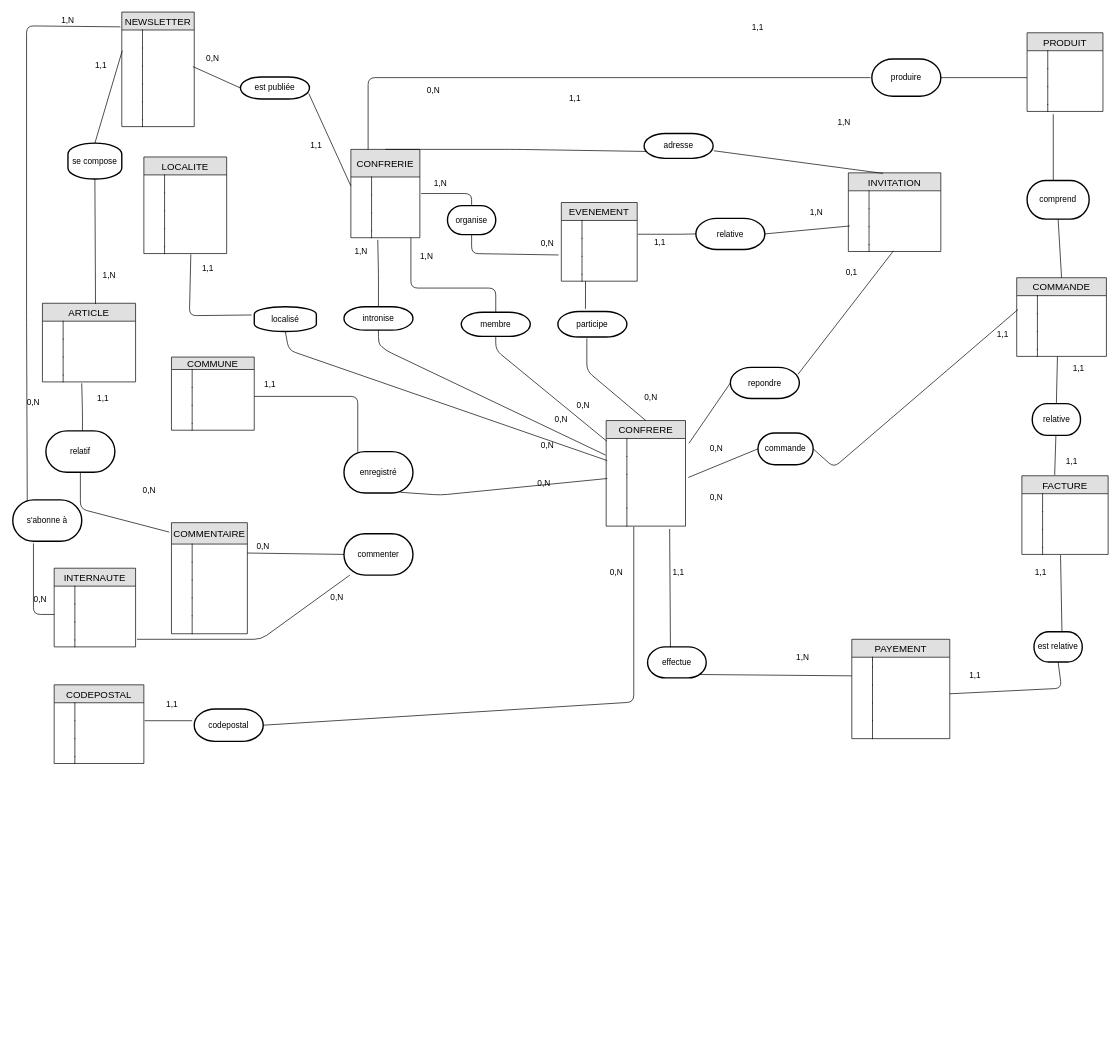
Earlier version of the draw.io diagram Untitled Diagram2.drawio (harelimana/saintvincent). Source tidied: cells renumbered, new cells numbered last; positions are measured from the earlier drawing's top-left corner, leaving out a move shared by most shapes. Both pictures are drawn from the tidied source at 69%, with x=0, y=0 at pixel (12, 12).
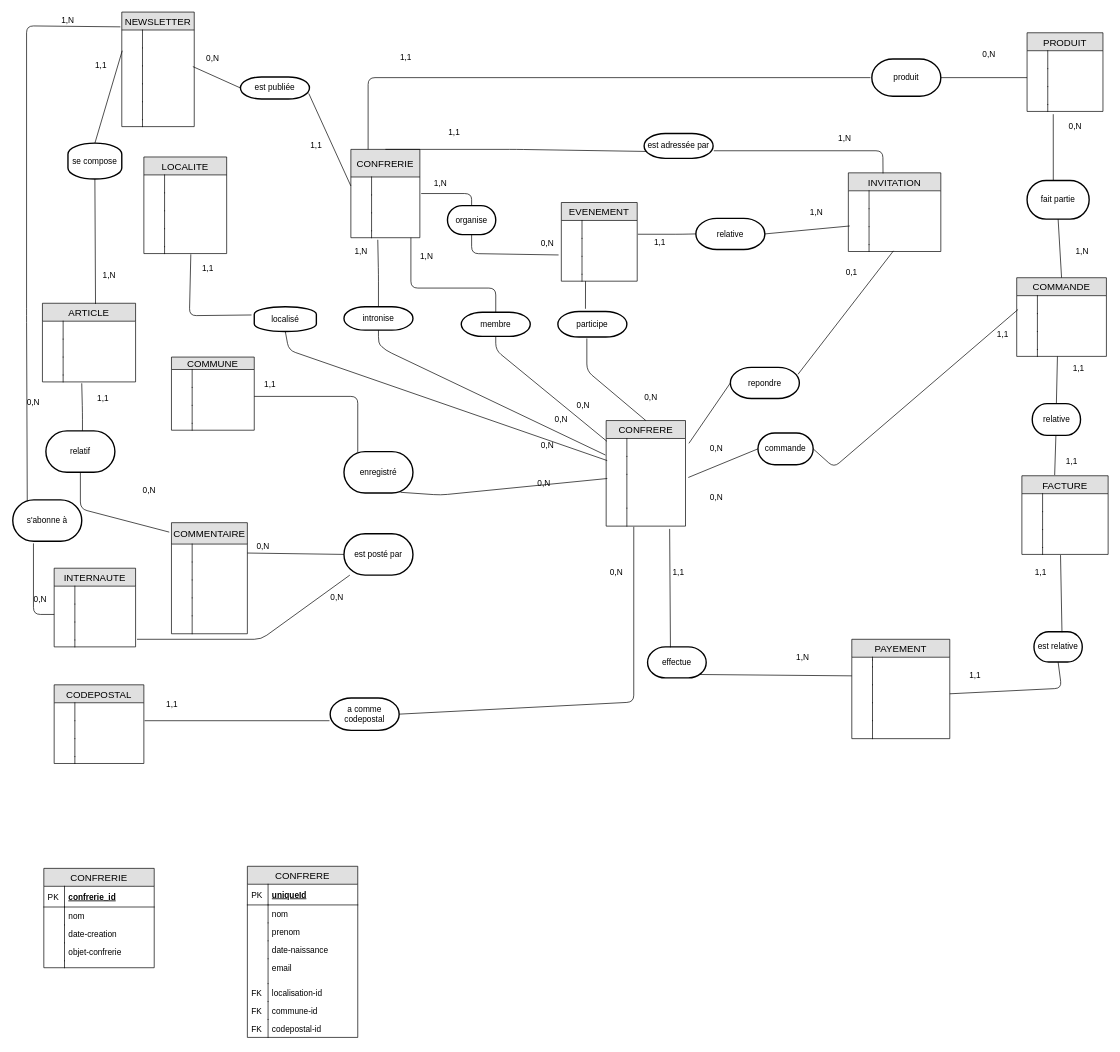
The same diagram, later.

Unchanged cells that the change refers to:
```xml
<mxCell id="44" style="shape=partialRectangle;top=0;left=0;right=0;bottom=0;align=left;verticalAlign=top;fillColor=none;spacingLeft=34;spacingRight=4;overflow=hidden;points=[[0,0.5],[1,0.5]];portConstraint=eastwest;fontSize=12;" parent="41" vertex="1">
  <mxGeometry y="52" width="130" height="26" as="geometry" />
</mxCell>
<mxCell id="66" value="INVITATION" style="swimlane;fontStyle=0;horizontal=1;startSize=26;fillColor=#e0e0e0;swimlaneFillColor=#ffffff;align=center;fontSize=14;" parent="1" vertex="1">
  <mxGeometry x="1211" y="233" width="134" height="114" as="geometry" />
</mxCell>
```

What changed in the source:
```diff
@@
-    <mxCell id="51" value="commenter" style="strokeWidth=2;html=1;shape=mxgraph.flowchart.terminator;whiteSpace=wrap;" parent="1" vertex="1">
+    <mxCell id="51" value="est posté par" style="strokeWidth=2;html=1;shape=mxgraph.flowchart.terminator;whiteSpace=wrap;" parent="1" vertex="1">
       <mxGeometry x="480" y="756" width="100" height="60" as="geometry" />
     </mxCell>
@@
-    <mxCell id="65" value="produire" style="strokeWidth=2;html=1;shape=mxgraph.flowchart.terminator;whiteSpace=wrap;" parent="1" vertex="1">
+    <mxCell id="65" value="produit" style="strokeWidth=2;html=1;shape=mxgraph.flowchart.terminator;whiteSpace=wrap;" parent="1" vertex="1">
       <mxGeometry x="1245" y="68" width="100" height="54" as="geometry" />
     </mxCell>
@@
-    <mxCell id="85" value="adresse" style="strokeWidth=2;html=1;shape=mxgraph.flowchart.terminator;whiteSpace=wrap;" parent="1" vertex="1">
+    <mxCell id="85" value="est adressée par" style="strokeWidth=2;html=1;shape=mxgraph.flowchart.terminator;whiteSpace=wrap;" parent="1" vertex="1">
       <mxGeometry x="915" y="176" width="100" height="36" as="geometry" />
     </mxCell>
@@
-    <mxCell id="96" value="comprend" style="strokeWidth=2;html=1;shape=mxgraph.flowchart.terminator;whiteSpace=wrap;" parent="1" vertex="1">
+    <mxCell id="96" value="fait partie" style="strokeWidth=2;html=1;shape=mxgraph.flowchart.terminator;whiteSpace=wrap;" parent="1" vertex="1">
       <mxGeometry x="1470" y="244" width="90" height="56" as="geometry" />
     </mxCell>
@@
-    <mxCell id="133" value="codepostal" style="strokeWidth=2;html=1;shape=mxgraph.flowchart.terminator;whiteSpace=wrap;" parent="1" vertex="1">
-      <mxGeometry x="263" y="1010" width="100" height="47" as="geometry" />
+    <mxCell id="133" value="a comme codepostal" style="strokeWidth=2;html=1;shape=mxgraph.flowchart.terminator;whiteSpace=wrap;" parent="1" vertex="1">
+      <mxGeometry x="460" y="994" width="100" height="47" as="geometry" />
     </mxCell>
@@
     <mxCell id="183" value="0,N" style="text;html=1;strokeColor=none;fillColor=none;align=center;verticalAlign=middle;whiteSpace=wrap;rounded=0;" parent="1" vertex="1">
-      <mxGeometry x="590" y="104" width="40" height="20" as="geometry" />
+      <mxGeometry x="1395" y="52" width="40" height="20" as="geometry" />
     </mxCell>
@@
     <mxCell id="204" style="endArrow=none;html=1;entryX=1.008;entryY=0;entryDx=0;entryDy=0;entryPerimeter=0;" parent="1" edge="1" target="44">
       <mxGeometry relative="1" as="geometry">
-        <mxPoint x="260" y="1027" as="sourcePoint" />
+        <mxPoint x="459" y="1027" as="sourcePoint" />
       </mxGeometry>
     </mxCell>
@@
     <mxCell id="217" value="1,N" style="text;html=1;strokeColor=none;fillColor=none;align=center;verticalAlign=middle;whiteSpace=wrap;rounded=0;" parent="1" vertex="1">
-      <mxGeometry x="1185" y="150" width="40" height="20" as="geometry" />
+      <mxGeometry x="1186" y="174" width="40" height="20" as="geometry" />
     </mxCell>
@@
     <mxCell id="224" style="endArrow=none;html=1;entryX=1.01;entryY=0.694;entryDx=0;entryDy=0;entryPerimeter=0;exitX=0.375;exitY=0.007;exitDx=0;exitDy=0;exitPerimeter=0;" parent="1" edge="1" source="66" target="85">
-      <mxGeometry relative="1" as="geometry" />
+      <mxGeometry relative="1" as="geometry">
+        <Array as="points">
+          <mxPoint x="1261" y="201" />
+        </Array>
+      </mxGeometry>
     </mxCell>
@@
     <mxCell id="226" value="1,1" style="text;html=1;strokeColor=none;fillColor=none;align=center;verticalAlign=middle;whiteSpace=wrap;rounded=0;" parent="1" vertex="1">
-      <mxGeometry x="795" y="116" width="40" height="20" as="geometry" />
+      <mxGeometry x="620" y="164" width="40" height="20" as="geometry" />
     </mxCell>
@@
     <mxCell id="228" value="1,1" style="text;html=1;strokeColor=none;fillColor=none;align=center;verticalAlign=middle;whiteSpace=wrap;rounded=0;" parent="1" vertex="1">
-      <mxGeometry x="1060" y="13" width="40" height="20" as="geometry" />
+      <mxGeometry x="550" y="56" width="40" height="20" as="geometry" />
     </mxCell>
@@
+    <mxCell id="252" value="0,N" style="text;html=1;strokeColor=none;fillColor=none;align=center;verticalAlign=middle;whiteSpace=wrap;rounded=0;" parent="1" vertex="1">
+      <mxGeometry x="1520" y="156" width="40" height="20" as="geometry" />
+    </mxCell>
+    <mxCell id="253" value="1,N" style="text;html=1;strokeColor=none;fillColor=none;align=center;verticalAlign=middle;whiteSpace=wrap;rounded=0;" parent="1" vertex="1">
+      <mxGeometry x="1530" y="337" width="40" height="20" as="geometry" />
+    </mxCell>
+    <mxCell id="254" value="CONFRERIE" style="swimlane;fontStyle=0;horizontal=1;startSize=26;fillColor=#e0e0e0;swimlaneFillColor=#ffffff;align=center;fontSize=14;" parent="1" vertex="1">
+      <mxGeometry x="45" y="1241" width="160" height="144" as="geometry" />
+    </mxCell>
+    <mxCell id="255" value="confrerie_id" style="shape=partialRectangle;top=0;left=0;right=0;bottom=1;align=left;verticalAlign=middle;fillColor=none;spacingLeft=34;spacingRight=4;overflow=hidden;fontStyle=5;fontSize=12;" parent="254" vertex="1">
+      <mxGeometry y="26" width="160" height="30" as="geometry" />
+    </mxCell>
+    <mxCell id="256" value="PK" style="shape=partialRectangle;top=0;left=0;bottom=0;fillColor=none;align=left;verticalAlign=middle;spacingLeft=4;spacingRight=4;overflow=hidden;fontSize=12;" parent="255" vertex="1">
+      <mxGeometry width="30" height="30" as="geometry" />
+    </mxCell>
+    <mxCell id="257" value="nom" style="shape=partialRectangle;top=0;left=0;right=0;bottom=0;align=left;verticalAlign=top;fillColor=none;spacingLeft=34;spacingRight=4;overflow=hidden;fontSize=12;" parent="254" vertex="1">
+      <mxGeometry y="56" width="160" height="26" as="geometry" />
+    </mxCell>
+    <mxCell id="258" style="shape=partialRectangle;top=0;left=0;bottom=0;fillColor=none;align=left;verticalAlign=top;spacingLeft=4;spacingRight=4;overflow=hidden;fontSize=12;" parent="257" vertex="1">
+      <mxGeometry width="30" height="26" as="geometry" />
+    </mxCell>
+    <mxCell id="259" value="date-creation" style="shape=partialRectangle;top=0;left=0;right=0;bottom=0;align=left;verticalAlign=top;fillColor=none;spacingLeft=34;spacingRight=4;overflow=hidden;fontSize=12;" parent="254" vertex="1">
+      <mxGeometry y="82" width="160" height="26" as="geometry" />
+    </mxCell>
+    <mxCell id="260" style="shape=partialRectangle;top=0;left=0;bottom=0;fillColor=none;align=left;verticalAlign=top;spacingLeft=4;spacingRight=4;overflow=hidden;fontSize=12;" parent="259" vertex="1">
+      <mxGeometry width="30" height="26" as="geometry" />
+    </mxCell>
+    <mxCell id="261" value="objet-confrerie" style="shape=partialRectangle;top=0;left=0;right=0;bottom=0;align=left;verticalAlign=top;fillColor=none;spacingLeft=34;spacingRight=4;overflow=hidden;fontSize=12;" parent="254" vertex="1">
+      <mxGeometry y="108" width="160" height="26" as="geometry" />
+    </mxCell>
+    <mxCell id="262" style="shape=partialRectangle;top=0;left=0;bottom=0;fillColor=none;align=left;verticalAlign=top;spacingLeft=4;spacingRight=4;overflow=hidden;fontSize=12;" parent="261" vertex="1">
+      <mxGeometry width="30" height="26" as="geometry" />
+    </mxCell>
+    <mxCell id="263" style="shape=partialRectangle;top=0;left=0;right=0;bottom=0;align=left;verticalAlign=top;fillColor=none;spacingLeft=34;spacingRight=4;overflow=hidden;fontSize=12;" parent="254" vertex="1">
+      <mxGeometry y="134" width="160" height="10" as="geometry" />
+    </mxCell>
+    <mxCell id="264" style="shape=partialRectangle;top=0;left=0;bottom=0;fillColor=none;align=left;verticalAlign=top;spacingLeft=4;spacingRight=4;overflow=hidden;fontSize=12;" parent="263" vertex="1">
+      <mxGeometry width="30" height="10" as="geometry" />
+    </mxCell>
+    <mxCell id="265" value="CONFRERE" style="swimlane;fontStyle=0;horizontal=1;startSize=26;fillColor=#e0e0e0;swimlaneFillColor=#ffffff;align=center;fontSize=14;" parent="1" vertex="1">
+      <mxGeometry x="340" y="1238" width="160" height="248" as="geometry" />
+    </mxCell>
+    <mxCell id="266" value="uniqueId" style="shape=partialRectangle;top=0;left=0;right=0;bottom=1;align=left;verticalAlign=middle;fillColor=none;spacingLeft=34;spacingRight=4;overflow=hidden;fontStyle=5;fontSize=12;" parent="265" vertex="1">
+      <mxGeometry y="26" width="160" height="30" as="geometry" />
+    </mxCell>
+    <mxCell id="267" value="PK" style="shape=partialRectangle;top=0;left=0;bottom=0;fillColor=none;align=left;verticalAlign=middle;spacingLeft=4;spacingRight=4;overflow=hidden;fontSize=12;" parent="266" vertex="1">
+      <mxGeometry width="30" height="30" as="geometry" />
+    </mxCell>
+    <mxCell id="268" value="nom" style="shape=partialRectangle;top=0;left=0;right=0;bottom=0;align=left;verticalAlign=top;fillColor=none;spacingLeft=34;spacingRight=4;overflow=hidden;fontSize=12;" parent="265" vertex="1">
+      <mxGeometry y="56" width="160" height="26" as="geometry" />
+    </mxCell>
+    <mxCell id="269" style="shape=partialRectangle;top=0;left=0;bottom=0;fillColor=none;align=left;verticalAlign=top;spacingLeft=4;spacingRight=4;overflow=hidden;fontSize=12;" parent="268" vertex="1">
+      <mxGeometry width="30" height="26" as="geometry" />
+    </mxCell>
+    <mxCell id="270" value="prenom" style="shape=partialRectangle;top=0;left=0;right=0;bottom=0;align=left;verticalAlign=top;fillColor=none;spacingLeft=34;spacingRight=4;overflow=hidden;fontSize=12;" parent="265" vertex="1">
+      <mxGeometry y="82" width="160" height="26" as="geometry" />
+    </mxCell>
+    <mxCell id="271" style="shape=partialRectangle;top=0;left=0;bottom=0;fillColor=none;align=left;verticalAlign=top;spacingLeft=4;spacingRight=4;overflow=hidden;fontSize=12;" parent="270" vertex="1">
+      <mxGeometry width="30" height="26" as="geometry" />
+    </mxCell>
+    <mxCell id="272" value="date-naissance" style="shape=partialRectangle;top=0;left=0;right=0;bottom=0;align=left;verticalAlign=top;fillColor=none;spacingLeft=34;spacingRight=4;overflow=hidden;fontSize=12;" parent="265" vertex="1">
+      <mxGeometry y="108" width="160" height="26" as="geometry" />
+    </mxCell>
+    <mxCell id="273" style="shape=partialRectangle;top=0;left=0;bottom=0;fillColor=none;align=left;verticalAlign=top;spacingLeft=4;spacingRight=4;overflow=hidden;fontSize=12;" parent="272" vertex="1">
+      <mxGeometry width="30" height="26" as="geometry" />
+    </mxCell>
+    <mxCell id="274" style="shape=partialRectangle;top=0;left=0;right=0;bottom=0;align=left;verticalAlign=top;fillColor=none;spacingLeft=34;spacingRight=4;overflow=hidden;fontSize=12;" parent="265" vertex="1">
+      <mxGeometry y="134" width="160" height="36" as="geometry" />
+    </mxCell>
+    <mxCell id="275" style="shape=partialRectangle;top=0;left=0;bottom=0;fillColor=none;align=left;verticalAlign=top;spacingLeft=4;spacingRight=4;overflow=hidden;fontSize=12;" parent="274" vertex="1">
+      <mxGeometry width="30" height="36" as="geometry" />
+    </mxCell>
+    <mxCell id="276" value="localisation-id" style="shape=partialRectangle;top=0;left=0;right=0;bottom=0;align=left;verticalAlign=top;fillColor=none;spacingLeft=34;spacingRight=4;overflow=hidden;fontSize=12;" parent="265" vertex="1">
+      <mxGeometry y="170" width="160" height="26" as="geometry" />
+    </mxCell>
+    <mxCell id="277" value="FK" style="shape=partialRectangle;top=0;left=0;bottom=0;fillColor=none;align=left;verticalAlign=top;spacingLeft=4;spacingRight=4;overflow=hidden;fontSize=12;" parent="276" vertex="1">
+      <mxGeometry width="30" height="26" as="geometry" />
+    </mxCell>
+    <mxCell id="278" value="commune-id" style="shape=partialRectangle;top=0;left=0;right=0;bottom=0;align=left;verticalAlign=top;fillColor=none;spacingLeft=34;spacingRight=4;overflow=hidden;fontSize=12;" parent="265" vertex="1">
+      <mxGeometry y="196" width="160" height="26" as="geometry" />
+    </mxCell>
+    <mxCell id="279" value="FK" style="shape=partialRectangle;top=0;left=0;bottom=0;fillColor=none;align=left;verticalAlign=top;spacingLeft=4;spacingRight=4;overflow=hidden;fontSize=12;" parent="278" vertex="1">
+      <mxGeometry width="30" height="26" as="geometry" />
+    </mxCell>
+    <mxCell id="280" value="codepostal-id" style="shape=partialRectangle;top=0;left=0;right=0;bottom=0;align=left;verticalAlign=top;fillColor=none;spacingLeft=34;spacingRight=4;overflow=hidden;fontSize=12;" parent="265" vertex="1">
+      <mxGeometry y="222" width="160" height="26" as="geometry" />
+    </mxCell>
+    <mxCell id="281" value="FK" style="shape=partialRectangle;top=0;left=0;bottom=0;fillColor=none;align=left;verticalAlign=top;spacingLeft=4;spacingRight=4;overflow=hidden;fontSize=12;" parent="280" vertex="1">
+      <mxGeometry width="30" height="26" as="geometry" />
+    </mxCell>
+    <mxCell id="282" value="email" style="shape=partialRectangle;top=0;left=0;right=0;bottom=0;align=left;verticalAlign=top;fillColor=none;spacingLeft=34;spacingRight=4;overflow=hidden;fontSize=12;" parent="1" vertex="1">
+      <mxGeometry x="340" y="1372" width="163" height="26" as="geometry" />
+    </mxCell>
```
